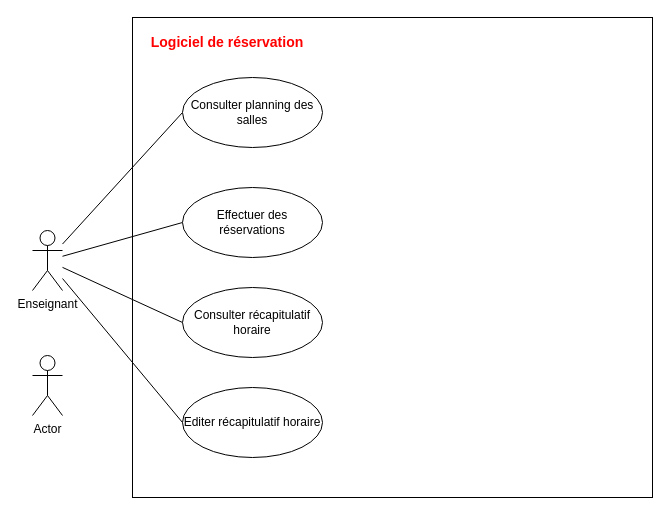
The draw.io diagram TP_1_UML_Exercice_4.drawio in Mzk-Ali/EXO_M2I_UML, before the edit. Source tidied: cells renumbered, new cells numbered last; positions are measured from the earlier drawing's top-left corner, leaving out a move shared by most shapes. Both pictures are drawn from the tidied source at 100%, with x=0, y=0 at pixel (32, 17).
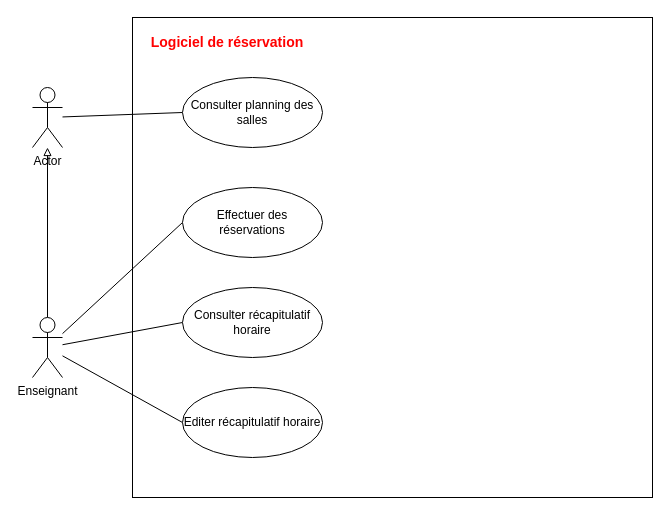
The same diagram, later.

Commit message (it also covers changes not shown here):
Mettre à jour TP_1_UML_Exercice_4.drawio

What changed in the source:
```diff
@@
 <mxGraphModel>
   <root>
     <mxCell id="0" />
     <mxCell id="1" parent="0" />
     <mxCell id="2" style="rounded=0;whiteSpace=wrap;html=1;" parent="1" vertex="1">
       <mxGeometry x="100" width="520" height="480" as="geometry" />
     </mxCell>
     <mxCell id="3" value="&lt;b&gt;&lt;font style=&quot;font-size: 14px; color: light-dark(rgb(255, 0, 0), rgb(237, 237, 237));&quot;&gt;Logiciel de réservation&lt;/font&gt;&lt;/b&gt;" style="text;html=1;align=center;verticalAlign=middle;whiteSpace=wrap;rounded=0;" parent="1" vertex="1">
       <mxGeometry x="110" y="10" width="170" height="30" as="geometry" />
     </mxCell>
     <mxCell id="4" style="rounded=0;jettySize=auto;html=1;entryX=0;entryY=0.5;entryDx=0;entryDy=0;endArrow=none;startFill=0;" parent="1" edge="1" source="8" target="10">
       <mxGeometry relative="1" as="geometry" />
     </mxCell>
-    <mxCell id="5" style="rounded=0;jettySize=auto;html=1;entryX=0;entryY=0.5;entryDx=0;entryDy=0;endArrow=none;startFill=0;" parent="1" edge="1" source="8" target="11">
-      <mxGeometry relative="1" as="geometry" />
-    </mxCell>
     <mxCell id="6" style="rounded=0;jettySize=auto;html=1;entryX=0;entryY=0.5;entryDx=0;entryDy=0;endArrow=none;startFill=0;" parent="1" edge="1" source="8" target="12">
       <mxGeometry relative="1" as="geometry" />
     </mxCell>
     <mxCell id="7" style="rounded=0;jettySize=auto;html=1;entryX=0;entryY=0.5;entryDx=0;entryDy=0;endArrow=none;startFill=0;" parent="1" edge="1" source="8" target="13">
       <mxGeometry relative="1" as="geometry" />
     </mxCell>
+    <mxCell id="14" style="rounded=0;jettySize=auto;html=1;endArrow=block;endFill=0;" parent="1" edge="1" source="8" target="9">
+      <mxGeometry relative="1" as="geometry" />
+    </mxCell>
     <mxCell id="8" value="Enseignant" style="shape=umlActor;verticalLabelPosition=bottom;verticalAlign=top;html=1;outlineConnect=0;" parent="1" vertex="1">
-      <mxGeometry y="213" width="30" height="60" as="geometry" />
+      <mxGeometry y="300" width="30" height="60" as="geometry" />
     </mxCell>
+    <mxCell id="15" style="rounded=0;jettySize=auto;html=1;entryX=0;entryY=0.5;entryDx=0;entryDy=0;endArrow=none;startFill=0;" parent="1" edge="1" source="9" target="11">
+      <mxGeometry relative="1" as="geometry" />
+    </mxCell>
     <mxCell id="9" value="Actor" style="shape=umlActor;verticalLabelPosition=bottom;verticalAlign=top;html=1;outlineConnect=0;" parent="1" vertex="1">
-      <mxGeometry y="338" width="30" height="60" as="geometry" />
+      <mxGeometry y="70" width="30" height="60" as="geometry" />
     </mxCell>
     <mxCell id="10" value="Effectuer des réservations" style="ellipse;whiteSpace=wrap;html=1;" parent="1" vertex="1">
       <mxGeometry x="150" y="170" width="140" height="70" as="geometry" />
     </mxCell>
     <mxCell id="11" value="Consulter planning des salles" style="ellipse;whiteSpace=wrap;html=1;" parent="1" vertex="1">
       <mxGeometry x="150" y="60" width="140" height="70" as="geometry" />
     </mxCell>
     <mxCell id="12" value="Consulter récapitulatif horaire" style="ellipse;whiteSpace=wrap;html=1;" parent="1" vertex="1">
       <mxGeometry x="150" y="270" width="140" height="70" as="geometry" />
     </mxCell>
     <mxCell id="13" value="Editer récapitulatif horaire" style="ellipse;whiteSpace=wrap;html=1;" parent="1" vertex="1">
       <mxGeometry x="150" y="370" width="140" height="70" as="geometry" />
     </mxCell>
   </root>
 </mxGraphModel>
```
